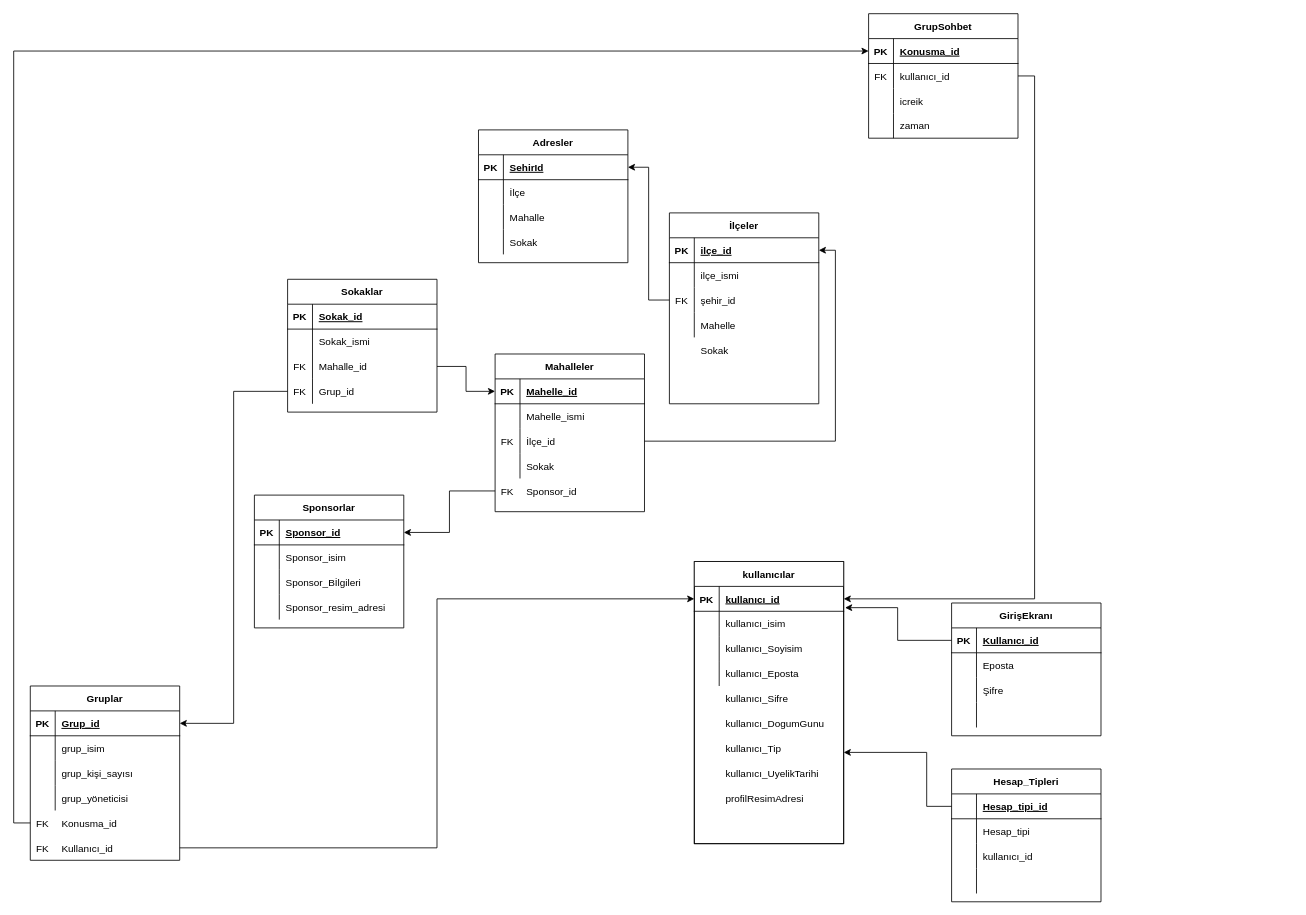
Above: Untitled Diagram.drawio in KeremAyseli/asevi (draw.io), before the change. Source tidied: cells renumbered, new cells numbered last; positions are measured from the earlier drawing's top-left corner, leaving out a move shared by most shapes. Both pictures are drawn from the tidied source at 83%, with x=0, y=0 at pixel (30, 13).
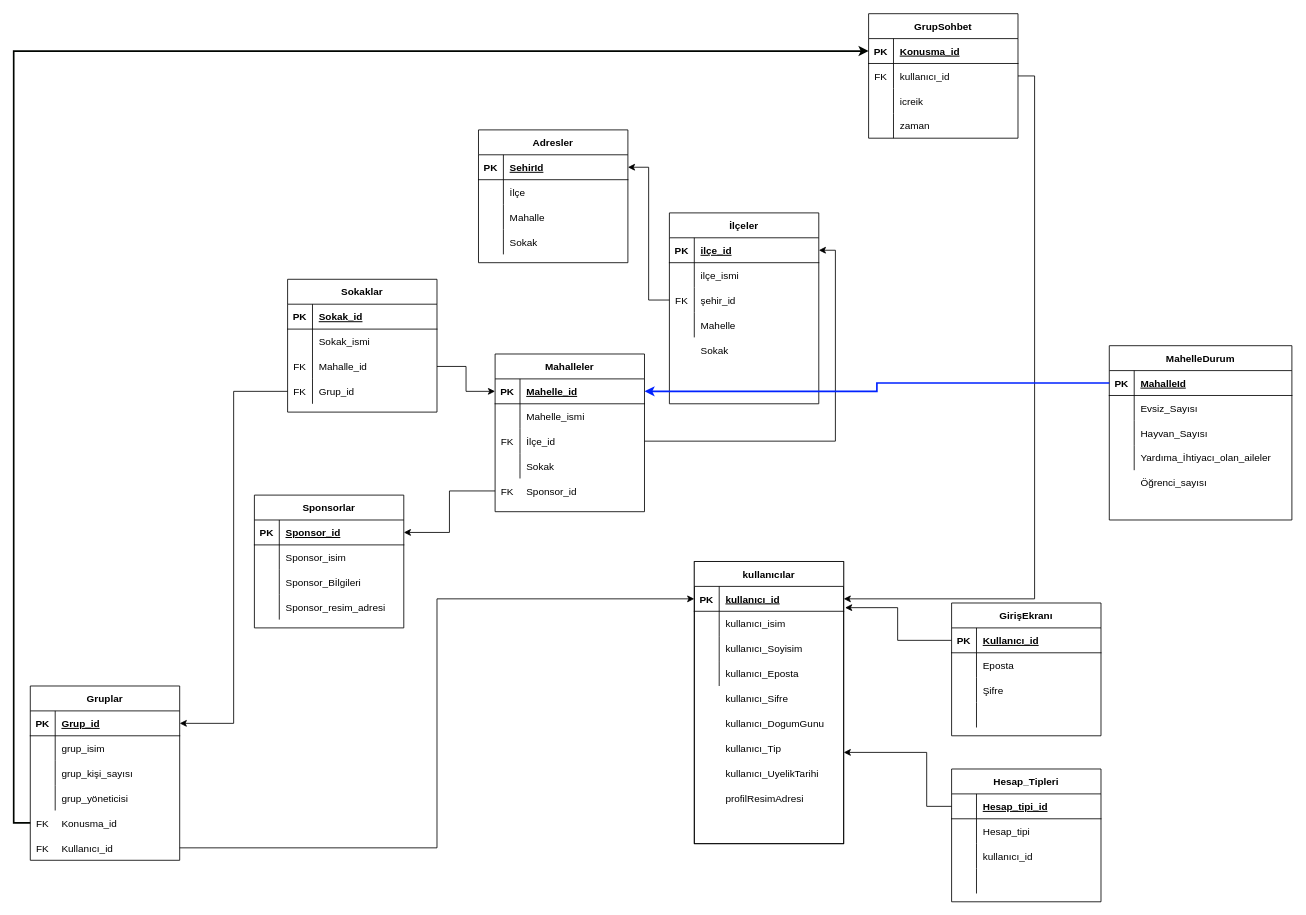
The same page after the edit.

The change refers to these unchanged cells:
```xml
<mxCell id="49" style="shape=partialRectangle;fillColor=none;top=0;left=0;bottom=1;right=0;points=[[0,0.5],[1,0.5]];portConstraint=eastwest;" parent="48" vertex="1">
  <mxGeometry y="30" width="180" height="30" as="geometry" />
</mxCell>
<mxCell id="107" style="shape=partialRectangle;fillColor=none;top=0;left=0;bottom=0;right=0;points=[[0,0.5],[1,0.5]];portConstraint=eastwest;" parent="93" vertex="1">
  <mxGeometry y="150" width="180" height="30" as="geometry" />
</mxCell>
<mxCell id="116" style="shape=partialRectangle;fillColor=none;top=0;left=0;bottom=1;right=0;points=[[0,0.5],[1,0.5]];portConstraint=eastwest;" parent="115" vertex="1">
  <mxGeometry y="30" width="180" height="30" as="geometry" />
</mxCell>
```

What changed in the source:
```diff
@@
-    <mxCell id="113" style="edgeStyle=orthogonalEdgeStyle;rounded=0;jettySize=auto;html=1;exitX=0;exitY=0.5;exitDx=0;exitDy=0;entryX=0;entryY=0.5;entryDx=0;entryDy=0;" parent="1" edge="1" source="107" target="49">
+    <mxCell id="113" style="edgeStyle=orthogonalEdgeStyle;rounded=0;jettySize=auto;html=1;exitX=0;exitY=0.5;exitDx=0;exitDy=0;entryX=0;entryY=0.5;entryDx=0;entryDy=0;strokeWidth=2;strokeColor=#000500;" parent="1" edge="1" source="107" target="49">
       <mxGeometry relative="1" as="geometry" />
     </mxCell>
@@
+    <mxCell id="162" value="MahelleDurum" style="shape=table;startSize=30;childLayout=tableLayout;rowLines=0;fontStyle=1;align=center;swimlaneFillColor=none;" parent="1" vertex="1">
+      <mxGeometry x="1300" y="400" width="220" height="210" as="geometry" />
+    </mxCell>
+    <mxCell id="163" style="shape=partialRectangle;fillColor=none;top=0;left=0;bottom=1;right=0;points=[[0,0.5],[1,0.5]];portConstraint=eastwest;" parent="162" vertex="1">
+      <mxGeometry y="30" width="220" height="30" as="geometry" />
+    </mxCell>
+    <mxCell id="164" value="PK" style="shape=partialRectangle;fillColor=none;top=0;left=0;bottom=0;right=0;fontStyle=1;overflow=hidden;" parent="163" vertex="1">
+      <mxGeometry width="30" height="30" as="geometry" />
+    </mxCell>
+    <mxCell id="165" value="MahalleId" style="shape=partialRectangle;fillColor=none;top=0;left=0;bottom=0;right=0;align=left;spacingLeft=6;fontStyle=5;overflow=hidden;" parent="163" vertex="1">
+      <mxGeometry x="30" width="190" height="30" as="geometry" />
+    </mxCell>
+    <mxCell id="166" style="shape=partialRectangle;fillColor=none;top=0;left=0;bottom=0;right=0;" parent="162" vertex="1">
+      <mxGeometry y="60" width="220" height="30" as="geometry" />
+    </mxCell>
+    <mxCell id="167" style="shape=partialRectangle;fillColor=none;top=0;left=0;bottom=0;right=0;overflow=hidden;" parent="166" vertex="1">
+      <mxGeometry width="30" height="30" as="geometry" />
+    </mxCell>
+    <mxCell id="168" value="Evsiz_Sayısı" style="shape=partialRectangle;fillColor=none;top=0;left=0;bottom=0;right=0;align=left;spacingLeft=6;overflow=hidden;" parent="166" vertex="1">
+      <mxGeometry x="30" width="190" height="30" as="geometry" />
+    </mxCell>
+    <mxCell id="169" style="shape=partialRectangle;fillColor=none;top=0;left=0;bottom=0;right=0;" parent="162" vertex="1">
+      <mxGeometry y="90" width="220" height="30" as="geometry" />
+    </mxCell>
+    <mxCell id="170" style="shape=partialRectangle;fillColor=none;top=0;left=0;bottom=0;right=0;overflow=hidden;" parent="169" vertex="1">
+      <mxGeometry width="30" height="30" as="geometry" />
+    </mxCell>
+    <mxCell id="171" value="Hayvan_Sayısı" style="shape=partialRectangle;fillColor=none;top=0;left=0;bottom=0;right=0;align=left;spacingLeft=6;overflow=hidden;" parent="169" vertex="1">
+      <mxGeometry x="30" width="190" height="30" as="geometry" />
+    </mxCell>
+    <mxCell id="172" style="shape=partialRectangle;fillColor=none;top=0;left=0;bottom=0;right=0;" parent="162" vertex="1">
+      <mxGeometry y="120" width="220" height="30" as="geometry" />
+    </mxCell>
+    <mxCell id="173" style="shape=partialRectangle;fillColor=none;top=0;left=0;bottom=0;right=0;overflow=hidden;" parent="172" vertex="1">
+      <mxGeometry width="30" height="30" as="geometry" />
+    </mxCell>
+    <mxCell id="174" value="Yardıma_İhtiyacı_olan_aileler" style="shape=partialRectangle;fillColor=none;top=0;left=0;bottom=0;right=0;align=left;spacingLeft=6;overflow=hidden;" parent="172" vertex="1">
+      <mxGeometry x="30" width="190" height="30" as="geometry" />
+    </mxCell>
+    <mxCell id="175" style="shape=partialRectangle;fillColor=none;top=0;left=0;bottom=0;right=0;" parent="1" vertex="1">
+      <mxGeometry x="1300" y="550" width="220" height="30" as="geometry" />
+    </mxCell>
+    <mxCell id="176" style="shape=partialRectangle;fillColor=none;top=0;left=0;bottom=0;right=0;overflow=hidden;" parent="175" vertex="1">
+      <mxGeometry width="30" height="30" as="geometry" />
+    </mxCell>
+    <mxCell id="177" value="Öğrenci_sayısı" style="shape=partialRectangle;fillColor=none;top=0;left=0;bottom=0;right=0;align=left;spacingLeft=6;overflow=hidden;" parent="175" vertex="1">
+      <mxGeometry x="30" width="190" height="30" as="geometry" />
+    </mxCell>
+    <mxCell id="178" style="edgeStyle=orthogonalEdgeStyle;rounded=0;jettySize=auto;html=1;entryX=1;entryY=0.5;entryDx=0;entryDy=0;fillColor=#1900FF;strokeColor=#0022FF;strokeWidth=2;" parent="1" edge="1" source="163" target="116">
+      <mxGeometry relative="1" as="geometry" />
+    </mxCell>
```
